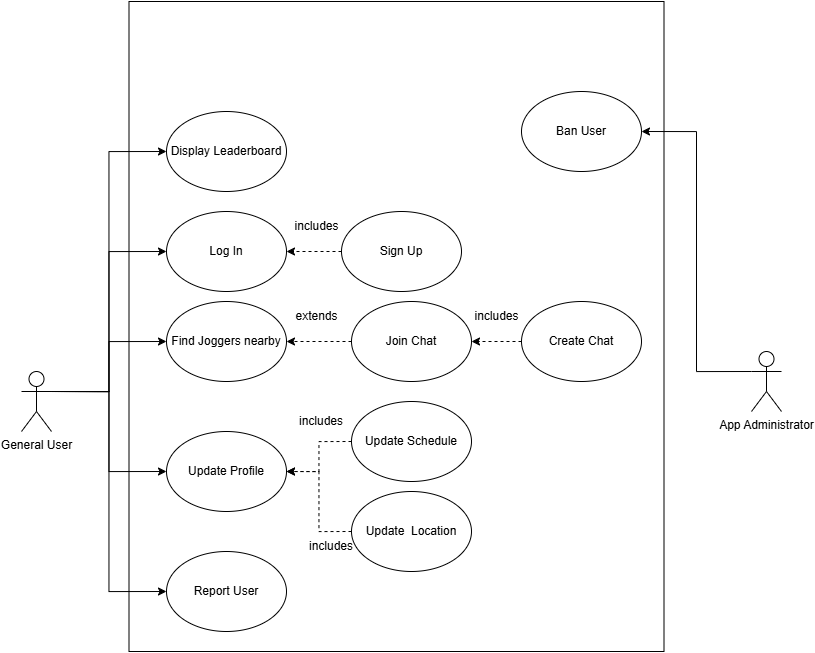
TrailBlazersInc/TrailBlazers keeps this draw.io diagram as documentation/images/UseCaseDiagram.png. Above is the earlier version. Source tidied: cells renumbered, new cells last; positions are measured from the earlier drawing's top-left corner, leaving out a move shared by most shapes.
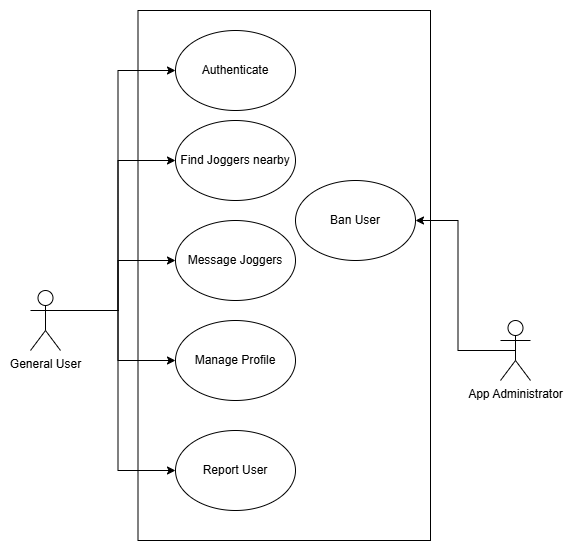
The same file after the commit.

Commit message:
Updated Use Case Diagram

What changed in the source:
```diff
@@ -3,26 +3,17 @@
     <mxCell id="0" />
     <mxCell id="1" parent="0" />
     <mxCell id="2" style="rounded=0;whiteSpace=wrap;html=1;" parent="1" vertex="1">
-      <mxGeometry x="107.5" width="535" height="650" as="geometry" />
+      <mxGeometry x="107.5" y="90" width="292.5" height="530" as="geometry" />
     </mxCell>
-    <mxCell id="3" style="edgeStyle=orthogonalEdgeStyle;rounded=0;jettySize=auto;html=1;exitX=0;exitY=0.5;exitDx=0;exitDy=0;entryX=1;entryY=0.5;entryDx=0;entryDy=0;dashed=1;" parent="1" edge="1" source="4" target="6">
-      <mxGeometry relative="1" as="geometry" />
-    </mxCell>
-    <mxCell id="4" value="Update&amp;nbsp; Location" style="ellipse;whiteSpace=wrap;html=1;" parent="1" vertex="1">
-      <mxGeometry x="330" y="490" width="120" height="80" as="geometry" />
-    </mxCell>
-    <mxCell id="5" value="Log In" style="ellipse;whiteSpace=wrap;html=1;" parent="1" vertex="1">
-      <mxGeometry x="145" y="210" width="120" height="80" as="geometry" />
+    <mxCell id="5" value="Authenticate" style="ellipse;whiteSpace=wrap;html=1;" parent="1" vertex="1">
+      <mxGeometry x="145" y="110" width="120" height="80" as="geometry" />
     </mxCell>
-    <mxCell id="6" value="Update Profile" style="ellipse;whiteSpace=wrap;html=1;" parent="1" vertex="1">
-      <mxGeometry x="145" y="430" width="120" height="80" as="geometry" />
+    <mxCell id="6" value="Manage Profile" style="ellipse;whiteSpace=wrap;html=1;" parent="1" vertex="1">
+      <mxGeometry x="145" y="400" width="120" height="80" as="geometry" />
     </mxCell>
     <mxCell id="7" style="edgeStyle=orthogonalEdgeStyle;rounded=0;jettySize=auto;html=1;exitX=1;exitY=0.3333333333333333;exitDx=0;exitDy=0;exitPerimeter=0;entryX=0;entryY=0.5;entryDx=0;entryDy=0;" parent="1" edge="1" source="12" target="29">
       <mxGeometry relative="1" as="geometry" />
     </mxCell>
-    <mxCell id="8" style="edgeStyle=orthogonalEdgeStyle;rounded=0;jettySize=auto;html=1;exitX=1;exitY=0.3333333333333333;exitDx=0;exitDy=0;exitPerimeter=0;entryX=0;entryY=0.5;entryDx=0;entryDy=0;" parent="1" edge="1" source="12" target="31">
-      <mxGeometry relative="1" as="geometry" />
-    </mxCell>
     <mxCell id="9" style="edgeStyle=orthogonalEdgeStyle;rounded=0;jettySize=auto;html=1;exitX=1;exitY=0.3333333333333333;exitDx=0;exitDy=0;exitPerimeter=0;entryX=0;entryY=0.5;entryDx=0;entryDy=0;" parent="1" edge="1" source="12" target="5">
       <mxGeometry relative="1" as="geometry" />
     </mxCell>
@@ -32,65 +23,29 @@
     <mxCell id="11" style="edgeStyle=orthogonalEdgeStyle;rounded=0;jettySize=auto;html=1;exitX=1;exitY=0.3333333333333333;exitDx=0;exitDy=0;exitPerimeter=0;entryX=0;entryY=0.5;entryDx=0;entryDy=0;" parent="1" edge="1" source="12" target="6">
       <mxGeometry relative="1" as="geometry" />
     </mxCell>
+    <mxCell id="32" style="edgeStyle=orthogonalEdgeStyle;rounded=0;jettySize=auto;html=1;exitX=1;exitY=0.3333333333333333;exitDx=0;exitDy=0;exitPerimeter=0;entryX=0;entryY=0.5;entryDx=0;entryDy=0;" parent="1" edge="1" source="12" target="14">
+      <mxGeometry relative="1" as="geometry" />
+    </mxCell>
     <mxCell id="12" value="General User" style="shape=umlActor;verticalLabelPosition=bottom;verticalAlign=top;html=1;outlineConnect=0;" parent="1" vertex="1">
       <mxGeometry y="370" width="30" height="60" as="geometry" />
     </mxCell>
-    <mxCell id="13" style="edgeStyle=orthogonalEdgeStyle;rounded=0;jettySize=auto;html=1;exitX=0;exitY=0.5;exitDx=0;exitDy=0;dashed=1;" parent="1" edge="1" source="14" target="27">
-      <mxGeometry relative="1" as="geometry" />
-    </mxCell>
-    <mxCell id="14" value="Join Chat" style="ellipse;whiteSpace=wrap;html=1;" parent="1" vertex="1">
-      <mxGeometry x="330" y="300" width="120" height="80" as="geometry" />
+    <mxCell id="14" value="Message Joggers" style="ellipse;whiteSpace=wrap;html=1;" parent="1" vertex="1">
+      <mxGeometry x="145" y="300" width="120" height="80" as="geometry" />
     </mxCell>
-    <mxCell id="15" style="edgeStyle=orthogonalEdgeStyle;rounded=0;jettySize=auto;html=1;exitX=0;exitY=0.3333333333333333;exitDx=0;exitDy=0;exitPerimeter=0;entryX=1;entryY=0.5;entryDx=0;entryDy=0;" parent="1" edge="1" source="16" target="30">
+    <mxCell id="15" style="edgeStyle=orthogonalEdgeStyle;rounded=0;jettySize=auto;html=1;exitX=0.5;exitY=0.5;exitDx=0;exitDy=0;exitPerimeter=0;entryX=1;entryY=0.5;entryDx=0;entryDy=0;" parent="1" edge="1" source="16" target="30">
       <mxGeometry relative="1" as="geometry" />
     </mxCell>
     <mxCell id="16" value="App Administrator" style="shape=umlActor;verticalLabelPosition=bottom;verticalAlign=top;html=1;outlineConnect=0;" parent="1" vertex="1">
-      <mxGeometry x="730" y="350" width="30" height="60" as="geometry" />
+      <mxGeometry x="470" y="400" width="30" height="60" as="geometry" />
     </mxCell>
-    <mxCell id="17" style="edgeStyle=orthogonalEdgeStyle;rounded=0;jettySize=auto;html=1;exitX=0;exitY=0.5;exitDx=0;exitDy=0;entryX=1;entryY=0.5;entryDx=0;entryDy=0;dashed=1;" parent="1" edge="1" source="18" target="6">
-      <mxGeometry relative="1" as="geometry" />
-    </mxCell>
-    <mxCell id="18" value="Update Schedule" style="ellipse;whiteSpace=wrap;html=1;" parent="1" vertex="1">
-      <mxGeometry x="330" y="400" width="120" height="80" as="geometry" />
-    </mxCell>
-    <mxCell id="19" value="includes" style="text;html=1;align=center;verticalAlign=middle;whiteSpace=wrap;rounded=0;" parent="1" vertex="1">
-      <mxGeometry x="270" y="405" width="60" height="30" as="geometry" />
-    </mxCell>
-    <mxCell id="20" value="includes" style="text;html=1;align=center;verticalAlign=middle;whiteSpace=wrap;rounded=0;" parent="1" vertex="1">
-      <mxGeometry x="280" y="530" width="60" height="30" as="geometry" />
-    </mxCell>
-    <mxCell id="21" style="edgeStyle=orthogonalEdgeStyle;rounded=0;jettySize=auto;html=1;exitX=0;exitY=0.5;exitDx=0;exitDy=0;dashed=1;" parent="1" edge="1" source="22" target="14">
-      <mxGeometry relative="1" as="geometry" />
-    </mxCell>
-    <mxCell id="22" value="Create Chat" style="ellipse;whiteSpace=wrap;html=1;" parent="1" vertex="1">
-      <mxGeometry x="500" y="300" width="120" height="80" as="geometry" />
-    </mxCell>
-    <mxCell id="23" value="includes" style="text;html=1;align=center;verticalAlign=middle;strokeColor=none;fillColor=none;" parent="1" vertex="1">
-      <mxGeometry x="440" y="300" width="70" height="30" as="geometry" />
-    </mxCell>
-    <mxCell id="24" style="edgeStyle=orthogonalEdgeStyle;rounded=0;jettySize=auto;html=1;exitX=0;exitY=0.5;exitDx=0;exitDy=0;dashed=1;" parent="1" edge="1" source="25" target="5">
-      <mxGeometry relative="1" as="geometry" />
-    </mxCell>
-    <mxCell id="25" value="Sign Up" style="ellipse;whiteSpace=wrap;html=1;" parent="1" vertex="1">
-      <mxGeometry x="320" y="210" width="120" height="80" as="geometry" />
-    </mxCell>
-    <mxCell id="26" value="includes" style="text;html=1;align=center;verticalAlign=middle;strokeColor=none;fillColor=none;" parent="1" vertex="1">
-      <mxGeometry x="260" y="210" width="70" height="30" as="geometry" />
-    </mxCell>
     <mxCell id="27" value="Find Joggers nearby" style="ellipse;whiteSpace=wrap;html=1;" parent="1" vertex="1">
-      <mxGeometry x="145" y="300" width="120" height="80" as="geometry" />
+      <mxGeometry x="145" y="200" width="120" height="80" as="geometry" />
     </mxCell>
-    <mxCell id="28" value="extends" style="text;html=1;align=center;verticalAlign=middle;strokeColor=none;fillColor=none;" parent="1" vertex="1">
-      <mxGeometry x="260" y="300" width="70" height="30" as="geometry" />
-    </mxCell>
     <mxCell id="29" value="Report User" style="ellipse;whiteSpace=wrap;html=1;" parent="1" vertex="1">
-      <mxGeometry x="145" y="550" width="120" height="80" as="geometry" />
+      <mxGeometry x="145" y="510" width="120" height="80" as="geometry" />
     </mxCell>
     <mxCell id="30" value="Ban User" style="ellipse;whiteSpace=wrap;html=1;" parent="1" vertex="1">
-      <mxGeometry x="500" y="90" width="120" height="80" as="geometry" />
+      <mxGeometry x="265" y="260" width="120" height="80" as="geometry" />
     </mxCell>
-    <mxCell id="31" value="Display Leaderboard" style="ellipse;whiteSpace=wrap;html=1;" parent="1" vertex="1">
-      <mxGeometry x="145" y="110" width="120" height="80" as="geometry" />
-    </mxCell>
   </root>
 </mxGraphModel>
```
